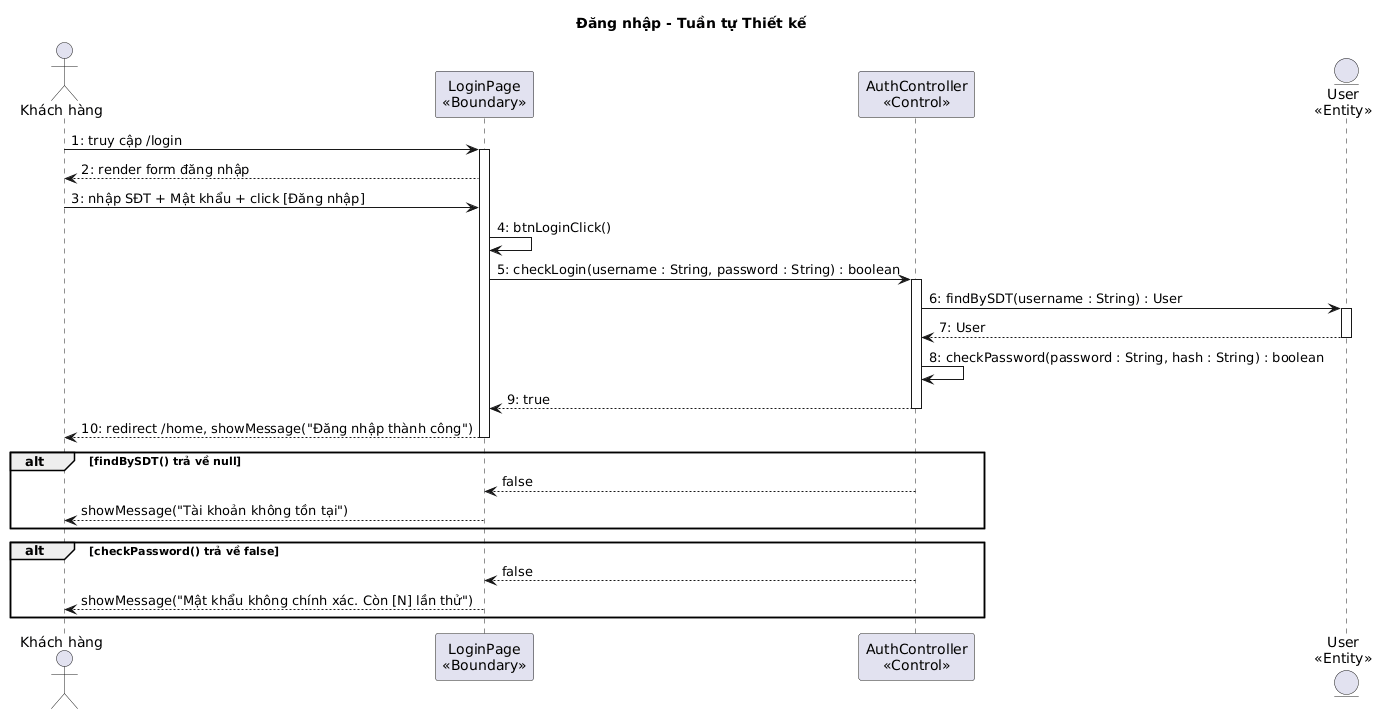
The PlantUML diagram output/diagrams/account_seq_login.png in thanhtrnnn/cnpm, before a commit.
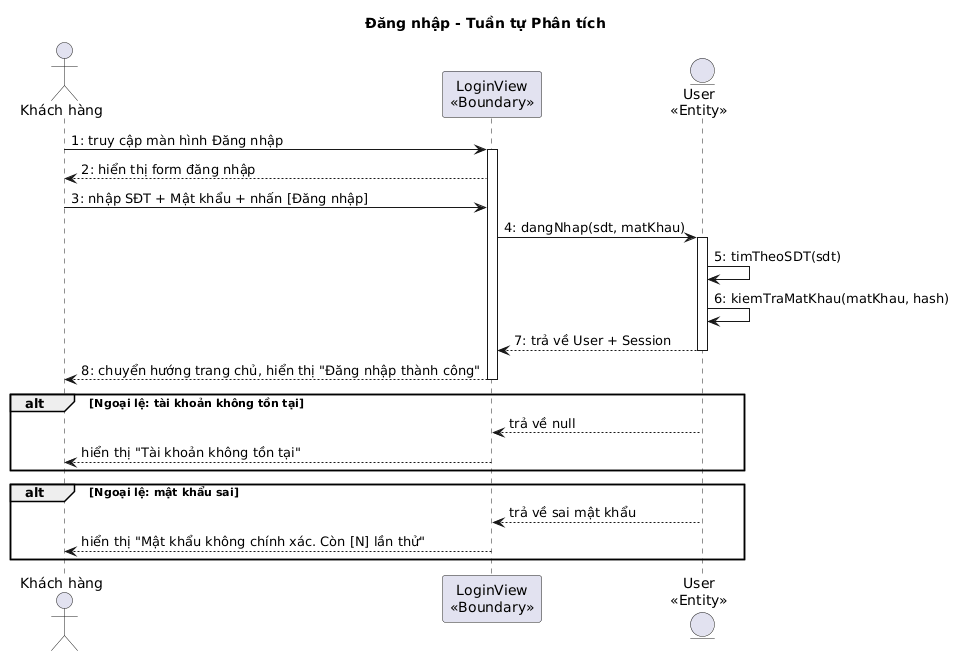
Above is the later version.

Diff of the diagram source:
```diff
@@ -1,35 +1,30 @@
 @startuml
-title Đăng nhập - Tuần tự Thiết kế
+title Đăng nhập - Tuần tự Phân tích
 
 actor "Khách hàng" as KH
-participant "LoginPage\n<<Boundary>>" as B1
-participant "AuthController\n<<Control>>" as C1
+participant "LoginView\n<<Boundary>>" as B1
 entity "User\n<<Entity>>" as E1
 
-KH -> B1 : 1: truy cập /login
+KH -> B1 : 1: truy cập màn hình Đăng nhập
 activate B1
-B1 --> KH : 2: render form đăng nhập
-KH -> B1 : 3: nhập SĐT + Mật khẩu + click [Đăng nhập]
-B1 -> B1 : 4: btnLoginClick()
-B1 -> C1 : 5: checkLogin(username : String, password : String) : boolean
-activate C1
-C1 -> E1 : 6: findBySDT(username : String) : User
+B1 --> KH : 2: hiển thị form đăng nhập
+KH -> B1 : 3: nhập SĐT + Mật khẩu + nhấn [Đăng nhập]
+B1 -> E1 : 4: dangNhap(sdt, matKhau)
 activate E1
-E1 --> C1 : 7: User
+E1 -> E1 : 5: timTheoSDT(sdt)
+E1 -> E1 : 6: kiemTraMatKhau(matKhau, hash)
+E1 --> B1 : 7: trả về User + Session
 deactivate E1
-C1 -> C1 : 8: checkPassword(password : String, hash : String) : boolean
-C1 --> B1 : 9: true
-deactivate C1
-B1 --> KH : 10: redirect /home, showMessage("Đăng nhập thành công")
+B1 --> KH : 8: chuyển hướng trang chủ, hiển thị "Đăng nhập thành công"
 deactivate B1
 
-alt findBySDT() trả về null
-  C1 --> B1 : false
-  B1 --> KH : showMessage("Tài khoản không tồn tại")
+alt Ngoại lệ: tài khoản không tồn tại
+  E1 --> B1 : trả về null
+  B1 --> KH : hiển thị "Tài khoản không tồn tại"
 end
 
-alt checkPassword() trả về false
-  C1 --> B1 : false
-  B1 --> KH : showMessage("Mật khẩu không chính xác. Còn [N] lần thử")
+alt Ngoại lệ: mật khẩu sai
+  E1 --> B1 : trả về sai mật khẩu
+  B1 --> KH : hiển thị "Mật khẩu không chính xác. Còn [N] lần thử"
 end
 @enduml
```
